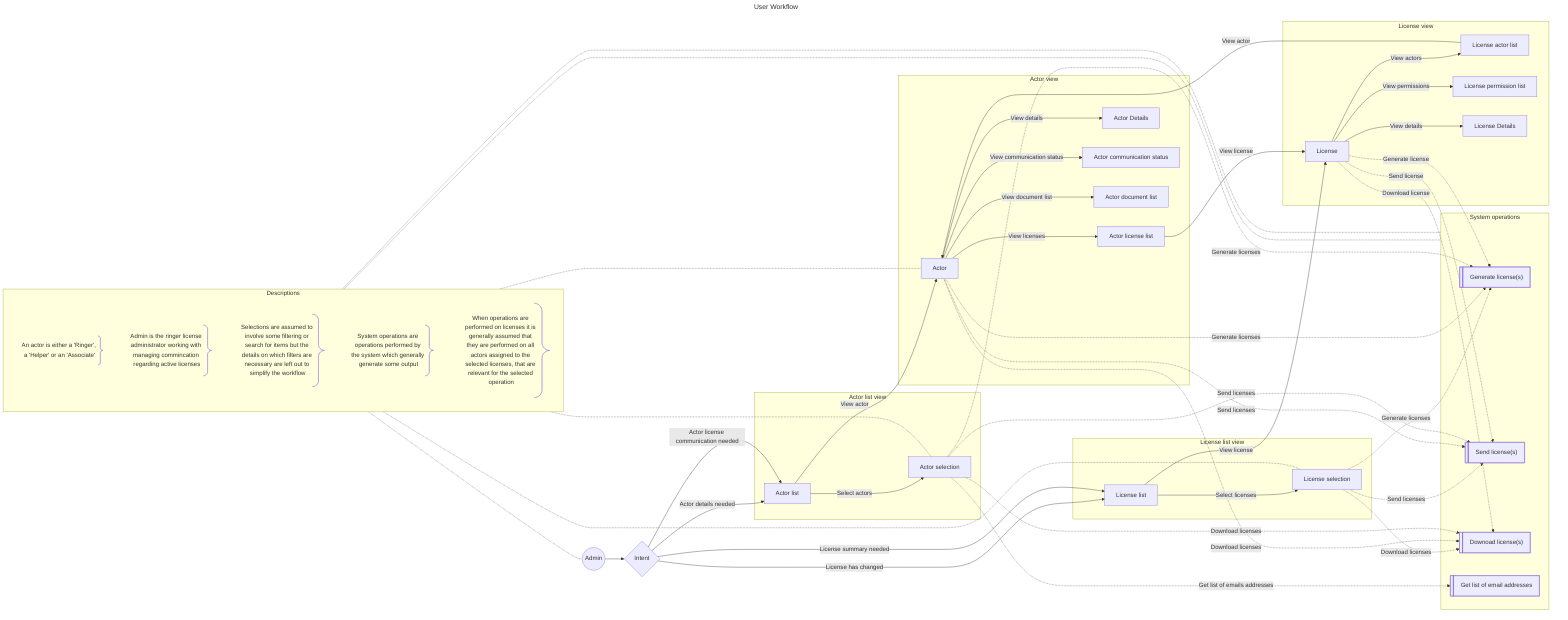
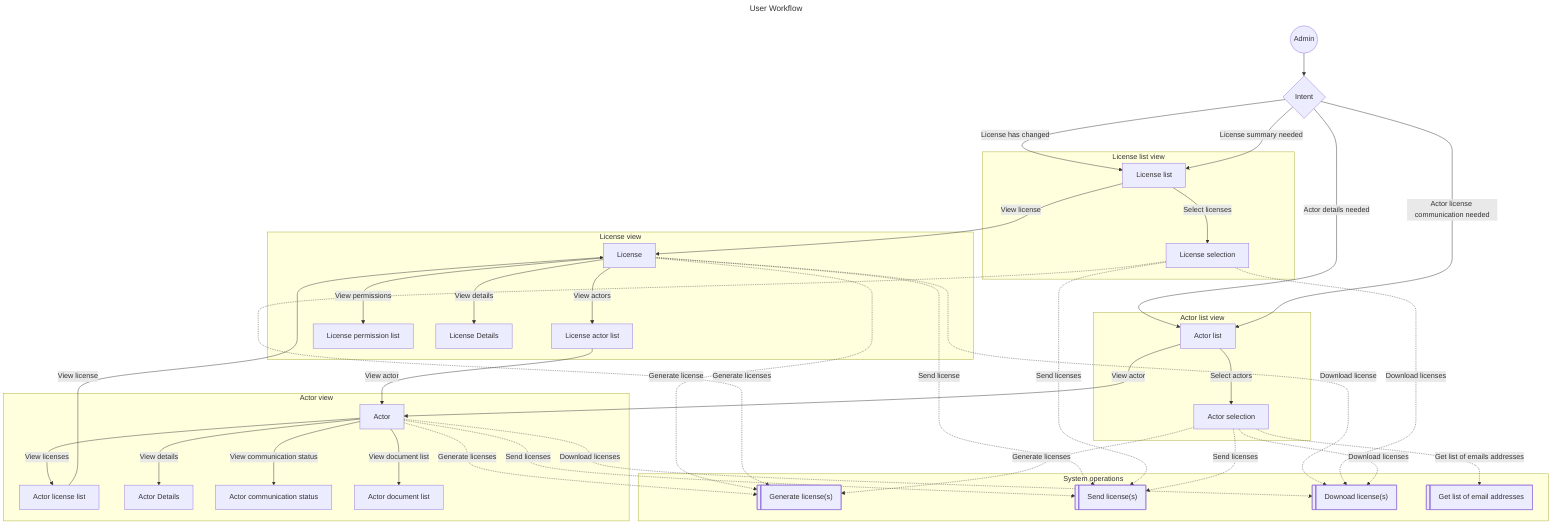
---
title: User Workflow
+ descriptions:
+ - title: Actor
+   content: An actor is either a 'Ringer', a 'Helper' or an 'Associate'
+ - title: Admin
+   content: Admin is the ringer license administrator working with managing commincation regarding active licenses
+ - title: Actor selection
+   content: Selections are assumed to involve some filtering or search for items but the details on which filters are necessary are left out to simplify the workflow
+ - title: System operations
+   content: |
+    System operations are operations performed by the system which generally generate some output
+ 
+    When operations are performed on licenses it is generally assumed that they are performed on all actors assigned to the selected licenses, that are relevant for the selected operation
---

- flowchart LR
+ flowchart TD
    admin@{ shape: circle, label: "Admin" }
    intent@{ shape: diamond, label: "Intent" }
- 
-     subgraph descriptions["Descriptions"]
-         direction TB
-         actor_desc@{ shape: brace-r, label: "An actor is either a 'Ringer', a 'Helper' or an 'Associate'"}
-         admin_desc@{ shape: brace-r, label: "Admin is the ringer license administrator working with managing commincation regarding active licenses"}
-         list_filtering@{ shape: brace-r, label: "Selections are assumed to involve some filtering or search for items but the details on which filters are necessary are left out to simplify the workflow"}
-         sysops_desc@{ shape: brace-r, label: "System operations are operations performed by the system which generally generate some output"}
-         sysops_detail@{ shape: brace-r, label: "When operations are performed on licenses it is generally assumed that they are performed on all actors assigned to the selected licenses, that are relevant for the selected operation"}
-     end

    subgraph license_list_view["License list view"]
        llist[License list]
        lselection[License selection]
    end

    subgraph system_operations["System operations"]
        lgenerate@{ shape: lin-rect , label: "Generate license(s)"}
        lsend@{ shape: lin-rect , label: "Send license(s)"}
        ldownload@{ shape: lin-rect , label: "Downoad license(s)"}
        listemails@{ shape: lin-rect , label: "Get list of email addresses"}
    end

    subgraph actor_list_view["Actor list view"]
        alist[Actor list]
        aselection[Actor selection]
    end

    subgraph actor_view["Actor view"]
        actor[Actor]
        allist[Actor license list]
        adetails[Actor Details]
        acomstatus[Actor communication status]
        adlist[Actor document list]
    end

    subgraph license_view["License view"]
        license[License]
        lalist[License actor list]
        lplist[License permission list]
        ldetails[License Details]
    end
- 
-     actor_desc -.- actor
-     admin_desc -.- admin
-     sysops_desc -.- system_operations
-     sysops_detail -.- system_operations
-     list_filtering -.- lselection
-     list_filtering -.- aselection

    admin --> intent
    intent -- "License has changed" --> llist
    intent -- "License summary needed" --> llist
    llist -- "Select licenses" --> lselection
    llist -- "View license" --> license

    intent -- "Actor details needed" --> alist
    intent -- "Actor license communication needed" --> alist
    alist -- "Select actors" --> aselection
    alist -- "View actor" --> actor

    license -- "View actors" --> lalist
    lalist -- "View actor" --> actor
    license -- "View permissions" --> lplist
    license -- "View details" --> ldetails

    license -. "Generate license" .-> lgenerate
    license -. "Send license" .-> lsend
    license -. "Download license" .-> ldownload


    lselection -. "Generate licenses" .-> lgenerate
    lselection -. "Send licenses" .-> lsend
    lselection -. "Download licenses" .-> ldownload

    actor -. "Generate licenses" .-> lgenerate
    actor -. "Send licenses" .-> lsend
    actor -. "Download licenses" .-> ldownload
    actor -- "View licenses" --> allist
    actor -- "View details" --> adetails
    actor -- "View communication status" --> acomstatus
    actor -- "View document list" --> adlist
    allist -- "View license" --> license

    aselection -. "Generate licenses" .-> lgenerate
    aselection -. "Send licenses" .-> lsend
    aselection -. "Download licenses" .-> ldownload
    aselection -. "Get list of emails addresses" .-> listemails